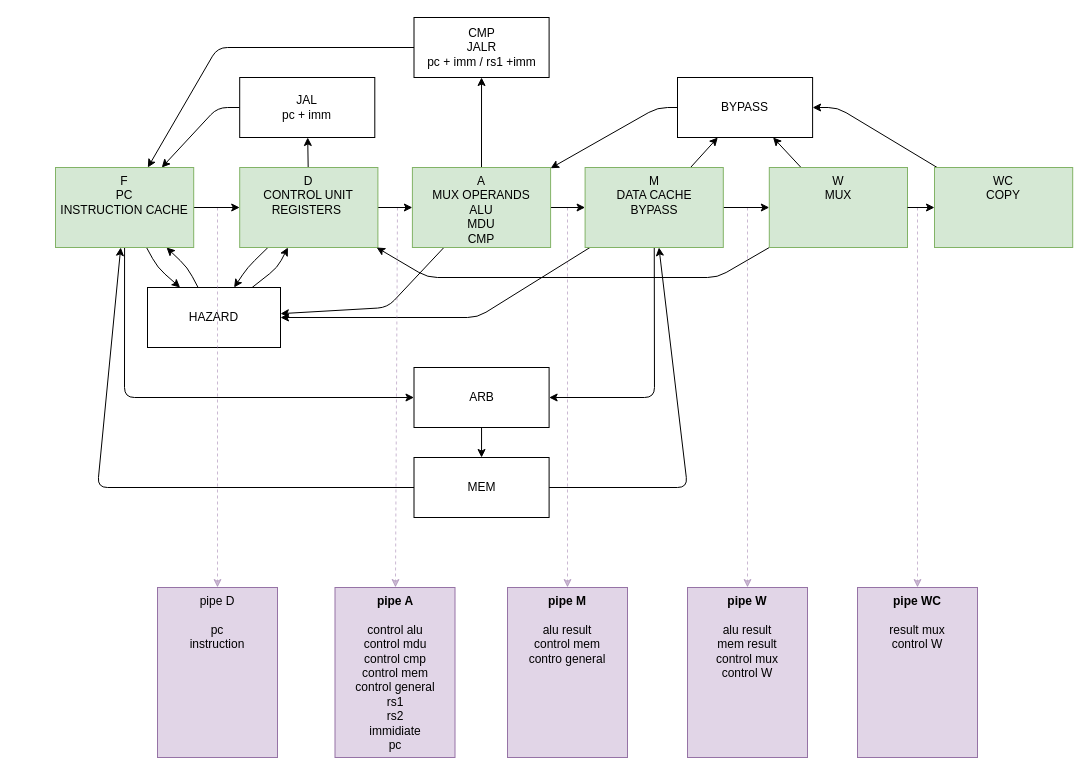
Before: CBD/doc/pipeline.drawio in kenny2817/CaballoLoco_processor, a draw.io diagram. Source tidied: cells renumbered, new cells numbered last; positions are measured from the earlier drawing's top-left corner, leaving out a move shared by most shapes. Both pictures are drawn from the tidied source at 100%, with x=0, y=0 at pixel (17, 17).
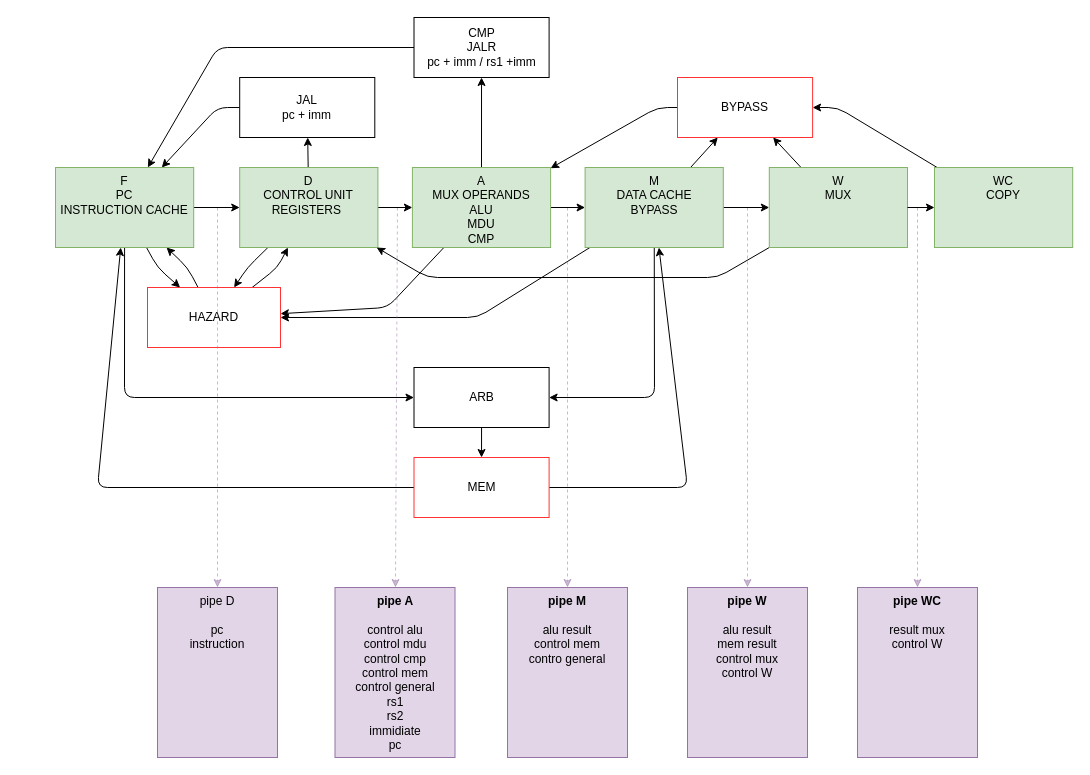
After the change.

Diff of the diagram source:
```diff
@@
-    <mxCell id="4" value="HAZARD" style="whiteSpace=wrap;html=1;" parent="1" vertex="1">
+    <mxCell id="4" value="HAZARD" style="whiteSpace=wrap;html=1;strokeColor=#FF3333;" parent="1" vertex="1">
       <mxGeometry x="130" y="270" width="133" height="60" as="geometry" />
     </mxCell>
@@
-    <mxCell id="9" value="BYPASS" style="whiteSpace=wrap;html=1;" parent="1" vertex="1">
+    <mxCell id="9" value="BYPASS" style="whiteSpace=wrap;html=1;strokeColor=#FF3333;" parent="1" vertex="1">
       <mxGeometry x="660" y="60" width="135.1" height="60" as="geometry" />
     </mxCell>
@@
-    <mxCell id="24" value="MEM" style="whiteSpace=wrap;html=1;" parent="1" vertex="1">
+    <mxCell id="24" value="MEM" style="whiteSpace=wrap;html=1;fillColor=default;strokeColor=#FF3333;" parent="1" vertex="1">
       <mxGeometry x="396.5" y="440" width="135.1" height="60" as="geometry" />
     </mxCell>
```
